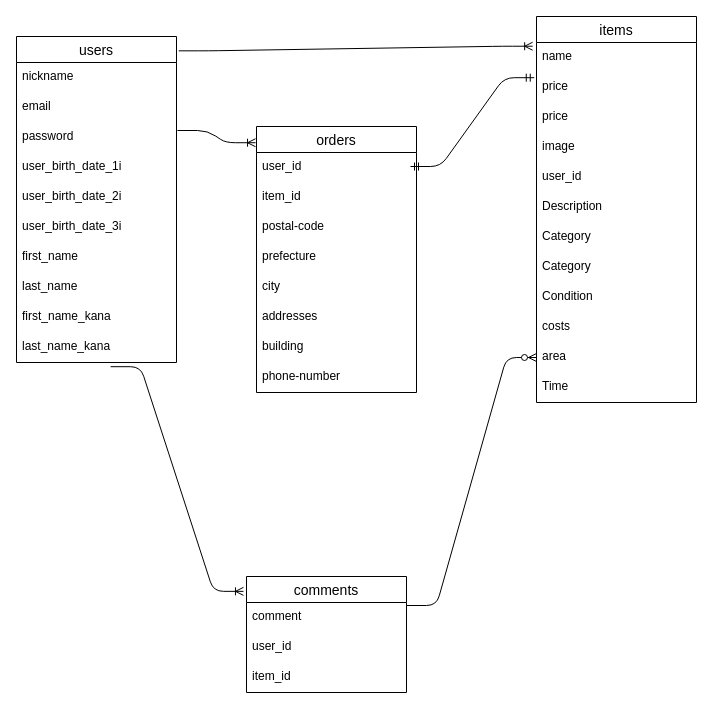
Above: furima.dio in karma0918/furima-29095 (draw.io), before the change. Source tidied: cells renumbered, new cells numbered last; positions are measured from the earlier drawing's top-left corner, leaving out a move shared by most shapes. Both pictures are drawn from the tidied source at 100%, with x=0, y=0 at pixel (16, 16).
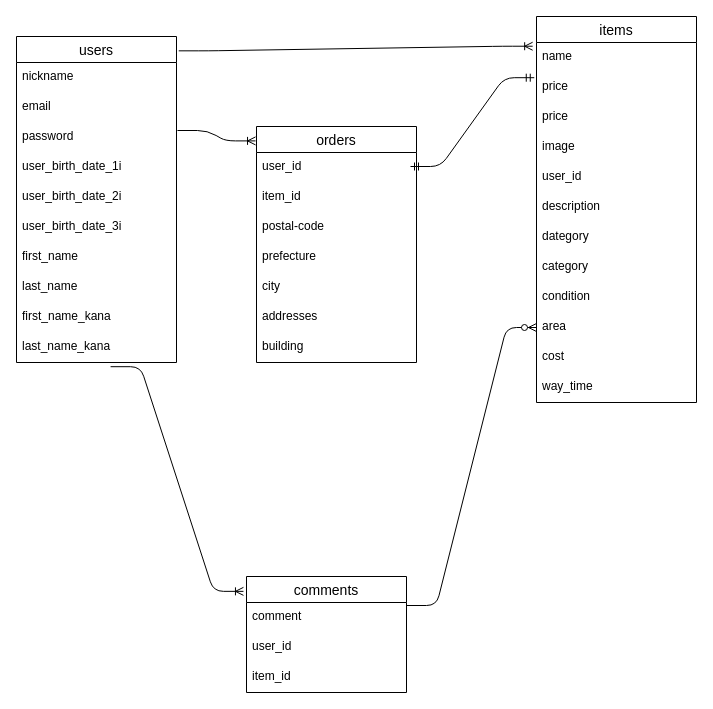
Above is the later version.

Unchanged cells that the change refers to:
```xml
<mxCell id="16" value="items" style="swimlane;fontStyle=0;horizontal=1;startSize=26;align=center;fontSize=14;fillColor=none;gradientColor=none;" parent="1" vertex="1">
  <mxGeometry x="520" width="160" height="386" as="geometry" />
</mxCell>
```

What changed in the source:
```diff
@@
-    <mxCell id="22" value="Description " style="text;strokeColor=none;fillColor=none;spacingLeft=4;spacingRight=4;overflow=hidden;fontSize=12;" parent="16" vertex="1">
+    <mxCell id="22" value="description " style="text;strokeColor=none;fillColor=none;spacingLeft=4;spacingRight=4;overflow=hidden;fontSize=12;" parent="16" vertex="1">
       <mxGeometry y="176" width="160" height="30" as="geometry" />
     </mxCell>
-    <mxCell id="23" value="Category" style="text;strokeColor=none;fillColor=none;spacingLeft=4;spacingRight=4;overflow=hidden;fontSize=12;" parent="16" vertex="1">
+    <mxCell id="23" value="dategory" style="text;strokeColor=none;fillColor=none;spacingLeft=4;spacingRight=4;overflow=hidden;fontSize=12;" parent="16" vertex="1">
       <mxGeometry y="206" width="160" height="30" as="geometry" />
     </mxCell>
-    <mxCell id="24" value="Category" style="text;strokeColor=none;fillColor=none;spacingLeft=4;spacingRight=4;overflow=hidden;fontSize=12;" parent="16" vertex="1">
+    <mxCell id="24" value="category" style="text;strokeColor=none;fillColor=none;spacingLeft=4;spacingRight=4;overflow=hidden;fontSize=12;" parent="16" vertex="1">
       <mxGeometry y="236" width="160" height="30" as="geometry" />
     </mxCell>
-    <mxCell id="25" value="Condition" style="text;strokeColor=none;fillColor=none;spacingLeft=4;spacingRight=4;overflow=hidden;fontSize=12;" parent="16" vertex="1">
+    <mxCell id="25" value="condition" style="text;strokeColor=none;fillColor=none;spacingLeft=4;spacingRight=4;overflow=hidden;fontSize=12;" parent="16" vertex="1">
       <mxGeometry y="266" width="160" height="30" as="geometry" />
     </mxCell>
+    <mxCell id="27" value="area" style="text;strokeColor=none;fillColor=none;spacingLeft=4;spacingRight=4;overflow=hidden;points=[[0,0.5],[1,0.5]];portConstraint=eastwest;fontSize=12;" parent="16" vertex="1">
+      <mxGeometry y="296" width="160" height="30" as="geometry" />
+    </mxCell>
-    <mxCell id="26" value="costs" style="text;strokeColor=none;fillColor=none;spacingLeft=4;spacingRight=4;overflow=hidden;fontSize=12;" parent="16" vertex="1">
-      <mxGeometry y="296" width="160" height="30" as="geometry" />
+    <mxCell id="26" value="cost" style="text;strokeColor=none;fillColor=none;spacingLeft=4;spacingRight=4;overflow=hidden;fontSize=12;" parent="16" vertex="1">
+      <mxGeometry y="326" width="160" height="30" as="geometry" />
     </mxCell>
-    <mxCell id="27" value="area" style="text;strokeColor=none;fillColor=none;spacingLeft=4;spacingRight=4;overflow=hidden;points=[[0,0.5],[1,0.5]];portConstraint=eastwest;fontSize=12;" parent="16" vertex="1">
-      <mxGeometry y="326" width="160" height="30" as="geometry" />
-    </mxCell>
-    <mxCell id="28" value="Time " style="text;strokeColor=none;fillColor=none;spacingLeft=4;spacingRight=4;overflow=hidden;fontSize=12;" parent="16" vertex="1">
+    <mxCell id="28" value="way_time " style="text;strokeColor=none;fillColor=none;spacingLeft=4;spacingRight=4;overflow=hidden;fontSize=12;" parent="16" vertex="1">
       <mxGeometry y="356" width="160" height="30" as="geometry" />
     </mxCell>
@@
     <mxCell id="33" value="orders" style="swimlane;fontStyle=0;horizontal=1;startSize=26;align=center;fontSize=14;fillColor=none;gradientColor=none;" parent="1" vertex="1">
-      <mxGeometry x="240" y="110" width="160" height="266" as="geometry" />
+      <mxGeometry x="240" y="110" width="160" height="236" as="geometry" />
     </mxCell>
@@
-    <mxCell id="41" value="phone-number" style="text;strokeColor=none;fillColor=none;spacingLeft=4;spacingRight=4;overflow=hidden;fontSize=12;" parent="33" vertex="1">
-      <mxGeometry y="236" width="160" height="30" as="geometry" />
-    </mxCell>
```
